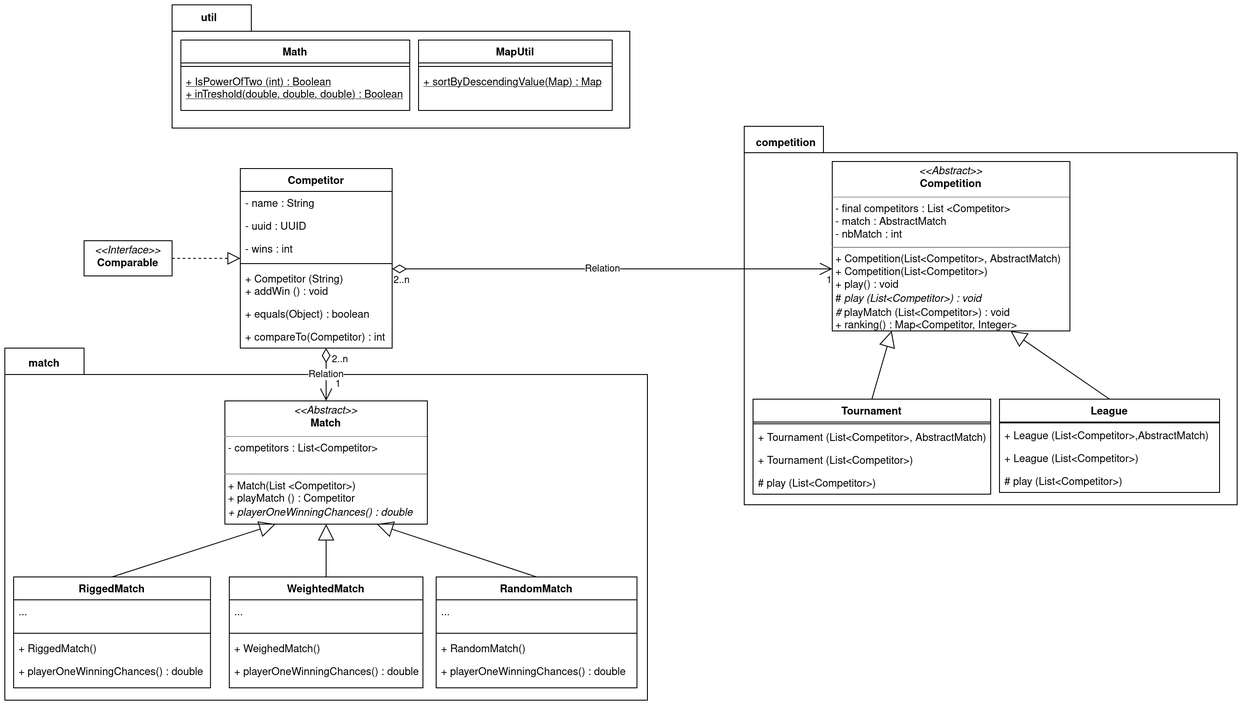
This is UML.png from Ninhache/L3---Coo, a draw.io export, as it was before one commit. Source tidied: cells renumbered, new cells last; positions are measured from the earlier drawing's top-left corner, leaving out a move shared by most shapes.
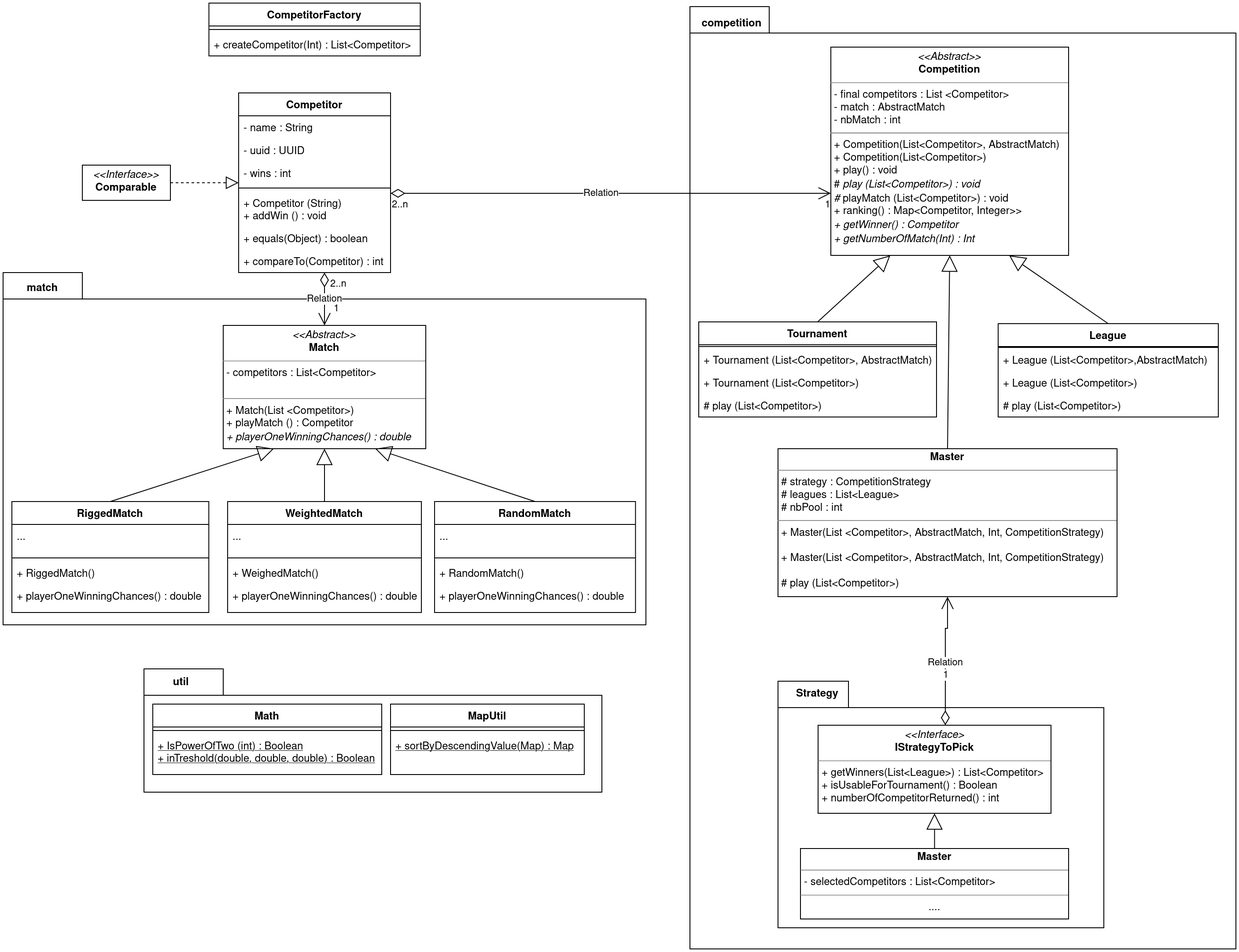
Above is the later version.

Change to the diagram source:
```diff
@@ -3,7 +3,7 @@
     <mxCell id="0" />
     <mxCell id="1" parent="0" />
     <mxCell id="2" style="group;" parent="1" vertex="1">
-      <mxGeometry x="190" width="520" height="140" as="geometry" />
+      <mxGeometry x="160" y="840" width="520" height="140" as="geometry" />
     </mxCell>
     <mxCell id="3" style="shape=folder;fontStyle=1;spacingTop=10;tabWidth=90;tabHeight=30;tabPosition=left;html=1;" parent="2" vertex="1">
       <mxGeometry width="520" height="140" as="geometry" />
@@ -93,14 +93,11 @@
       <mxGeometry relative="1" as="geometry" />
     </mxCell>
     <mxCell id="32" style="group;" parent="1" vertex="1">
-      <mxGeometry x="840" y="138" width="560" height="430" as="geometry" />
+      <mxGeometry x="840" y="138" width="560" height="1020" as="geometry" />
     </mxCell>
     <mxCell id="33" style="shape=folder;fontStyle=1;spacingTop=10;tabWidth=90;tabHeight=30;tabPosition=left;html=1;" parent="32" vertex="1">
-      <mxGeometry width="560" height="430" as="geometry" />
+      <mxGeometry x="-60" y="-50" width="620" height="1070" as="geometry" />
     </mxCell>
-    <mxCell id="34" value="competition" style="text;align=center;fontStyle=1;verticalAlign=middle;spacingLeft=3;spacingRight=3;strokeColor=none;" parent="32" vertex="1">
-      <mxGeometry width="95.5" height="36.1" as="geometry" />
-    </mxCell>
     <mxCell id="35" value="League" style="swimlane;fontStyle=1;align=center;verticalAlign=top;horizontal=1;startSize=26;" parent="32" vertex="1">
       <mxGeometry x="290" y="310" width="250" height="106" as="geometry" />
     </mxCell>
@@ -116,6 +113,30 @@
     <mxCell id="39" value="# play (List&lt;Competitor&gt;)" style="text;strokeColor=none;fillColor=none;align=left;verticalAlign=top;spacingLeft=4;spacingRight=4;overflow=hidden;" parent="35" vertex="1">
       <mxGeometry y="80" width="250" height="26" as="geometry" />
     </mxCell>
+    <mxCell id="65" value="&lt;p style=&quot;margin:0px;margin-top:4px;text-align:center;&quot;&gt;&lt;b&gt;Master&lt;/b&gt;&lt;br&gt;&lt;/p&gt;&lt;hr size=&quot;1&quot;&gt;&lt;p style=&quot;margin:0px;margin-left:4px;&quot;&gt;# strategy : CompetitionStrategy&lt;br&gt;# leagues : List&amp;lt;League&amp;gt;&lt;br&gt;# nbPool : int&lt;br&gt;&lt;/p&gt;&lt;hr size=&quot;1&quot;&gt;&lt;p style=&quot;margin:0px;margin-left:4px;&quot;&gt;+ Master(List &amp;lt;Competitor&amp;gt;, AbstractMatch, Int, CompetitionStrategy) &lt;br&gt;&lt;/p&gt;&lt;p style=&quot;margin:0px;margin-left:4px;&quot;&gt;&lt;br&gt;&lt;/p&gt;&lt;p style=&quot;margin:0px;margin-left:4px;&quot;&gt;+ Master(List &amp;lt;Competitor&amp;gt;, AbstractMatch, Int, CompetitionStrategy) &lt;br&gt;&lt;br&gt;&lt;/p&gt;&lt;p style=&quot;margin:0px;margin-left:4px;&quot;&gt;&lt;/p&gt;&lt;p style=&quot;margin:0px;margin-left:4px;&quot;&gt;# play (List&amp;lt;Competitor&amp;gt;) &lt;br&gt;&lt;/p&gt;" style="verticalAlign=top;align=left;overflow=fill;fontSize=12;fontFamily=Helvetica;html=1;rounded=0;shadow=0;comic=0;labelBackgroundColor=none;strokeWidth=1;" parent="32" vertex="1">
+      <mxGeometry x="40" y="452" width="385" height="168" as="geometry" />
+    </mxCell>
+    <mxCell id="49" value="Tournament" style="swimlane;fontStyle=1;align=center;verticalAlign=top;horizontal=1;startSize=26;" parent="32" vertex="1">
+      <mxGeometry x="-50" y="308" width="270" height="108" as="geometry" />
+    </mxCell>
+    <mxCell id="50" style="line;strokeWidth=1;fillColor=none;align=left;verticalAlign=middle;spacingTop=-1;spacingLeft=3;spacingRight=3;labelPosition=right;strokeColor=inherit;" parent="49" vertex="1">
+      <mxGeometry y="26" width="270" height="4" as="geometry" />
+    </mxCell>
+    <mxCell id="51" value="+ Tournament (List&lt;Competitor&gt;, AbstractMatch)" style="text;strokeColor=none;fillColor=none;align=left;verticalAlign=top;spacingLeft=4;spacingRight=4;overflow=hidden;" parent="49" vertex="1">
+      <mxGeometry y="30" width="270" height="26" as="geometry" />
+    </mxCell>
+    <mxCell id="52" value="+ Tournament (List&lt;Competitor&gt;)" style="text;strokeColor=none;fillColor=none;align=left;verticalAlign=top;spacingLeft=4;spacingRight=4;overflow=hidden;" parent="49" vertex="1">
+      <mxGeometry y="56" width="270" height="26" as="geometry" />
+    </mxCell>
+    <mxCell id="53" value="# play (List&lt;Competitor&gt;)" style="text;strokeColor=none;fillColor=none;align=left;verticalAlign=top;spacingLeft=4;spacingRight=4;overflow=hidden;" parent="49" vertex="1">
+      <mxGeometry y="82" width="270" height="26" as="geometry" />
+    </mxCell>
+    <mxCell id="66" style="shape=folder;fontStyle=1;spacingTop=10;tabWidth=80;tabHeight=30;tabPosition=left;html=1;" parent="32" vertex="1">
+      <mxGeometry x="40" y="716" width="370" height="280" as="geometry" />
+    </mxCell>
+    <mxCell id="67" value="Strategy" style="text;align=center;fontStyle=1;verticalAlign=middle;spacingLeft=3;spacingRight=3;strokeColor=none;" parent="32" vertex="1">
+      <mxGeometry x="30" y="716" width="110" height="26" as="geometry" />
+    </mxCell>
     <mxCell id="40" value="Competitor" style="swimlane;fontStyle=1;align=center;verticalAlign=top;horizontal=1;startSize=26;" parent="1" vertex="1">
       <mxGeometry x="267.5" y="186" width="172.5" height="204" as="geometry" />
     </mxCell>
@@ -143,21 +164,6 @@
     <mxCell id="48" style="endArrow=block;endSize=16;endFill=0;html=1;rounded=0;exitX=0.5;exitY=0;exitDx=0;exitDy=0;entryX=0.75;entryY=1;entryDx=0;entryDy=0;" parent="1" edge="1" source="35" target="57">
       <mxGeometry relative="1" as="geometry" />
     </mxCell>
-    <mxCell id="49" value="Tournament" style="swimlane;fontStyle=1;align=center;verticalAlign=top;horizontal=1;startSize=26;" parent="1" vertex="1">
-      <mxGeometry x="850" y="448" width="270" height="108" as="geometry" />
-    </mxCell>
-    <mxCell id="50" style="line;strokeWidth=1;fillColor=none;align=left;verticalAlign=middle;spacingTop=-1;spacingLeft=3;spacingRight=3;labelPosition=right;strokeColor=inherit;" parent="49" vertex="1">
-      <mxGeometry y="26" width="270" height="4" as="geometry" />
-    </mxCell>
-    <mxCell id="51" value="+ Tournament (List&lt;Competitor&gt;, AbstractMatch)" style="text;strokeColor=none;fillColor=none;align=left;verticalAlign=top;spacingLeft=4;spacingRight=4;overflow=hidden;" parent="49" vertex="1">
-      <mxGeometry y="30" width="270" height="26" as="geometry" />
-    </mxCell>
-    <mxCell id="52" value="+ Tournament (List&lt;Competitor&gt;)" style="text;strokeColor=none;fillColor=none;align=left;verticalAlign=top;spacingLeft=4;spacingRight=4;overflow=hidden;" parent="49" vertex="1">
-      <mxGeometry y="56" width="270" height="26" as="geometry" />
-    </mxCell>
-    <mxCell id="53" value="# play (List&lt;Competitor&gt;)" style="text;strokeColor=none;fillColor=none;align=left;verticalAlign=top;spacingLeft=4;spacingRight=4;overflow=hidden;" parent="49" vertex="1">
-      <mxGeometry y="82" width="270" height="26" as="geometry" />
-    </mxCell>
     <mxCell id="54" style="endArrow=block;endSize=16;endFill=0;html=1;rounded=0;exitX=0.5;exitY=0;exitDx=0;exitDy=0;entryX=0.25;entryY=1;entryDx=0;entryDy=0;" parent="1" edge="1" source="49" target="57">
       <mxGeometry relative="1" as="geometry" />
     </mxCell>
@@ -167,8 +173,8 @@
     <mxCell id="56" style="endArrow=block;dashed=1;endFill=0;endSize=12;html=1;rounded=0;" parent="1" edge="1" source="55" target="40">
       <mxGeometry relative="1" as="geometry" />
     </mxCell>
-    <mxCell id="57" value="&lt;p style=&quot;margin:0px;margin-top:4px;text-align:center;&quot;&gt;&lt;i&gt;&amp;lt;&amp;lt;Abstract&amp;gt;&amp;gt;&lt;br&gt;&lt;/i&gt;&lt;b&gt;Competition&lt;/b&gt;&lt;br&gt;&lt;b&gt;&lt;/b&gt;&lt;/p&gt;&lt;hr size=&quot;1&quot;&gt;&lt;p style=&quot;margin:0px;margin-left:4px;&quot;&gt;- final competitors : List &amp;lt;Competitor&amp;gt;&lt;/p&gt;&lt;p style=&quot;margin:0px;margin-left:4px;&quot;&gt;- match : AbstractMatch&lt;/p&gt;&lt;p style=&quot;margin:0px;margin-left:4px;&quot;&gt;- nbMatch : int&lt;br&gt;&lt;/p&gt;&lt;hr size=&quot;1&quot;&gt;&lt;p style=&quot;margin:0px;margin-left:4px;&quot;&gt;+ Competition(List&amp;lt;Competitor&amp;gt;, AbstractMatch)&lt;/p&gt;&lt;p style=&quot;margin:0px;margin-left:4px;&quot;&gt;+ Competition(List&amp;lt;Competitor&amp;gt;)&lt;/p&gt;&lt;p style=&quot;margin:0px;margin-left:4px;&quot;&gt;+ play() : void&lt;br&gt;&lt;/p&gt;&lt;p style=&quot;margin:0px;margin-left:4px;&quot;&gt;# &lt;i&gt;play (List&amp;lt;Competitor&amp;gt;) : void&lt;/i&gt; &lt;br&gt;&lt;/p&gt;&lt;p style=&quot;margin:0px;margin-left:4px;&quot;&gt;&lt;i&gt;# &lt;/i&gt;playMatch (List&amp;lt;Competitor&amp;gt;) : void&lt;/p&gt;&lt;p style=&quot;margin:0px;margin-left:4px;&quot;&gt;+ ranking() : Map&amp;lt;Competitor, Integer&amp;gt;&lt;br&gt;&lt;/p&gt;&lt;p style=&quot;margin:0px;margin-left:4px;&quot;&gt;&lt;br&gt;&lt;/p&gt;" style="verticalAlign=top;align=left;overflow=fill;fontSize=12;fontFamily=Helvetica;html=1;rounded=0;shadow=0;comic=0;labelBackgroundColor=none;strokeWidth=1;" parent="1" vertex="1">
-      <mxGeometry x="940" y="178" width="270" height="192.5" as="geometry" />
+    <mxCell id="57" value="&lt;p style=&quot;margin:0px;margin-top:4px;text-align:center;&quot;&gt;&lt;i&gt;&amp;lt;&amp;lt;Abstract&amp;gt;&amp;gt;&lt;br&gt;&lt;/i&gt;&lt;b&gt;Competition&lt;/b&gt;&lt;br&gt;&lt;b&gt;&lt;/b&gt;&lt;/p&gt;&lt;hr size=&quot;1&quot;&gt;&lt;p style=&quot;margin:0px;margin-left:4px;&quot;&gt;- final competitors : List &amp;lt;Competitor&amp;gt;&lt;/p&gt;&lt;p style=&quot;margin:0px;margin-left:4px;&quot;&gt;- match : AbstractMatch&lt;/p&gt;&lt;p style=&quot;margin:0px;margin-left:4px;&quot;&gt;- nbMatch : int&lt;br&gt;&lt;/p&gt;&lt;hr size=&quot;1&quot;&gt;&lt;p style=&quot;margin:0px;margin-left:4px;&quot;&gt;+ Competition(List&amp;lt;Competitor&amp;gt;, AbstractMatch)&lt;/p&gt;&lt;p style=&quot;margin:0px;margin-left:4px;&quot;&gt;+ Competition(List&amp;lt;Competitor&amp;gt;)&lt;/p&gt;&lt;p style=&quot;margin:0px;margin-left:4px;&quot;&gt;+ play() : void&lt;br&gt;&lt;/p&gt;&lt;p style=&quot;margin:0px;margin-left:4px;&quot;&gt;# &lt;i&gt;play (List&amp;lt;Competitor&amp;gt;) : void&lt;/i&gt; &lt;br&gt;&lt;/p&gt;&lt;p style=&quot;margin:0px;margin-left:4px;&quot;&gt;&lt;i&gt;# &lt;/i&gt;playMatch (List&amp;lt;Competitor&amp;gt;) : void&lt;/p&gt;&lt;p style=&quot;margin:0px;margin-left:4px;&quot;&gt;+ ranking() : Map&amp;lt;Competitor, Integer&amp;gt;&amp;gt;&lt;br&gt;&lt;i&gt;+ getWinner() : Competitor&lt;/i&gt;&lt;/p&gt;&lt;p style=&quot;margin:0px;margin-left:4px;&quot;&gt;&lt;i&gt;+ getNumberOfMatch(Int) : Int&lt;br&gt;&lt;/i&gt;&lt;/p&gt;&lt;p style=&quot;margin:0px;margin-left:4px;&quot;&gt;&lt;br&gt;&lt;/p&gt;" style="verticalAlign=top;align=left;overflow=fill;fontSize=12;fontFamily=Helvetica;html=1;rounded=0;shadow=0;comic=0;labelBackgroundColor=none;strokeWidth=1;" parent="1" vertex="1">
+      <mxGeometry x="940" y="134" width="270" height="236.5" as="geometry" />
     </mxCell>
     <mxCell id="58" value="Relation" style="endArrow=open;html=1;endSize=12;startArrow=diamondThin;startSize=14;startFill=0;edgeStyle=orthogonalEdgeStyle;rounded=0;" parent="1" edge="1" source="40" target="57">
       <mxGeometry x="-0.04" relative="1" as="geometry">
@@ -200,5 +206,43 @@
     <mxCell id="64" value="match" style="text;align=center;fontStyle=1;verticalAlign=middle;spacingLeft=3;spacingRight=3;strokeColor=none;" parent="1" vertex="1">
       <mxGeometry x="20" y="390" width="50" height="32.7" as="geometry" />
     </mxCell>
+    <mxCell id="68" style="endArrow=block;endSize=16;endFill=0;html=1;rounded=0;exitX=0.5;exitY=0;exitDx=0;exitDy=0;entryX=0.5;entryY=1;entryDx=0;entryDy=0;" parent="1" edge="1" source="65" target="57">
+      <mxGeometry relative="1" as="geometry" />
+    </mxCell>
+    <mxCell id="69" value="&lt;p style=&quot;margin:0px;margin-top:4px;text-align:center;&quot;&gt;&lt;i&gt;&amp;lt;&amp;lt;Interface&amp;gt;&lt;br&gt;&lt;/i&gt;&lt;b&gt;IStrategy&lt;/b&gt;&lt;b&gt;ToPick&lt;br&gt;&lt;/b&gt;&lt;/p&gt;&lt;hr size=&quot;1&quot;&gt;&lt;p style=&quot;margin:0px;margin-left:4px;&quot;&gt;+ getWinners(List&amp;lt;League&amp;gt;) : List&amp;lt;Competitor&amp;gt;&lt;/p&gt;&lt;p style=&quot;margin:0px;margin-left:4px;&quot;&gt;+ isUsableForTournament() : Boolean&lt;/p&gt;&lt;p style=&quot;margin:0px;margin-left:4px;&quot;&gt;+ numberOfCompetitorReturned() : int &lt;br&gt;&lt;/p&gt;" style="verticalAlign=top;align=left;overflow=fill;fontSize=12;fontFamily=Helvetica;html=1;rounded=0;shadow=0;comic=0;labelBackgroundColor=none;strokeWidth=1;" parent="1" vertex="1">
+      <mxGeometry x="925.5" y="904" width="264.5" height="100" as="geometry" />
+    </mxCell>
+    <mxCell id="70" style="endArrow=block;endSize=16;endFill=0;html=1;rounded=0;exitX=0.5;exitY=0;exitDx=0;exitDy=0;entryX=0.5;entryY=1;entryDx=0;entryDy=0;" parent="1" edge="1" source="76" target="69">
+      <mxGeometry relative="1" as="geometry" />
+    </mxCell>
+    <mxCell id="71" value="Relation" style="endArrow=open;html=1;endSize=12;startArrow=diamondThin;startSize=14;startFill=0;edgeStyle=orthogonalEdgeStyle;rounded=0;entryX=0.5;entryY=1;entryDx=0;entryDy=0;" parent="1" edge="1" target="65">
+      <mxGeometry x="-0.04" relative="1" as="geometry">
+        <mxPoint x="1070" y="904" as="sourcePoint" />
+        <Array as="points">
+          <mxPoint x="1070" y="794" />
+          <mxPoint x="1073" y="794" />
+        </Array>
+      </mxGeometry>
+    </mxCell>
+    <mxCell id="72" value="1" style="edgeLabel;html=1;align=left;verticalAlign=top;" parent="71" vertex="1">
+      <mxGeometry x="-1" relative="1" as="geometry">
+        <mxPoint x="-4" y="-70" as="offset" />
+      </mxGeometry>
+    </mxCell>
+    <mxCell id="73" value="CompetitorFactory" style="swimlane;fontStyle=1;align=center;verticalAlign=top;horizontal=1;startSize=26;" parent="1" vertex="1">
+      <mxGeometry x="233.8" y="84" width="240" height="60" as="geometry" />
+    </mxCell>
+    <mxCell id="74" style="line;strokeWidth=1;fillColor=none;align=left;verticalAlign=middle;spacingTop=-1;spacingLeft=3;spacingRight=3;labelPosition=right;strokeColor=inherit;" parent="73" vertex="1">
+      <mxGeometry y="26" width="240" height="8" as="geometry" />
+    </mxCell>
+    <mxCell id="75" value="+ createCompetitor(Int) : List&lt;Competitor&gt;" style="text;strokeColor=none;fillColor=none;align=left;verticalAlign=top;spacingLeft=4;spacingRight=4;overflow=hidden;" parent="73" vertex="1">
+      <mxGeometry y="34" width="240" height="26" as="geometry" />
+    </mxCell>
+    <mxCell id="76" value="&lt;p style=&quot;margin:0px;margin-top:4px;text-align:center;&quot;&gt;&lt;b&gt;Master&lt;/b&gt;&lt;br&gt;&lt;/p&gt;&lt;hr size=&quot;1&quot;&gt;&lt;p style=&quot;margin:0px;margin-left:4px;&quot;&gt;- selectedCompetitors : List&amp;lt;Competitor&amp;gt;&lt;br&gt;&lt;/p&gt;&lt;hr size=&quot;1&quot;&gt;&lt;div align=&quot;center&quot;&gt;....&lt;/div&gt;" style="verticalAlign=top;align=left;overflow=fill;fontSize=12;fontFamily=Helvetica;html=1;rounded=0;shadow=0;comic=0;labelBackgroundColor=none;strokeWidth=1;" parent="1" vertex="1">
+      <mxGeometry x="905.5" y="1044" width="304.5" height="80" as="geometry" />
+    </mxCell>
+    <mxCell id="34" value="competition" style="text;align=center;fontStyle=1;verticalAlign=middle;spacingLeft=3;spacingRight=3;strokeColor=none;" parent="1" vertex="1">
+      <mxGeometry x="780" y="88" width="95.5" height="36.1" as="geometry" />
+    </mxCell>
   </root>
 </mxGraphModel>
```
